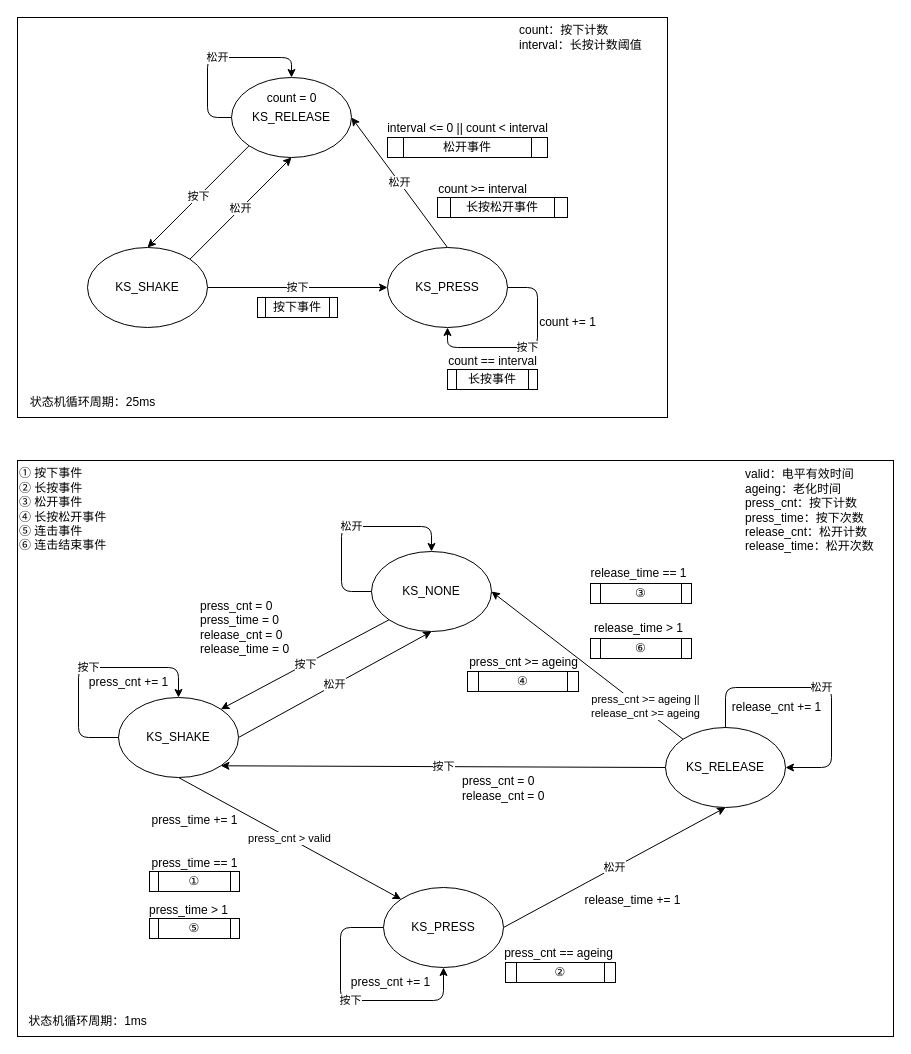
skb666/event_button keeps this draw.io diagram as assets/key.drawio. Above is the earlier version. Source tidied: cells renumbered, new cells numbered last; positions are measured from the earlier drawing's top-left corner, leaving out a move shared by most shapes. Both pictures are drawn from the tidied source at 100%, with x=0, y=0 at pixel (17, 17).
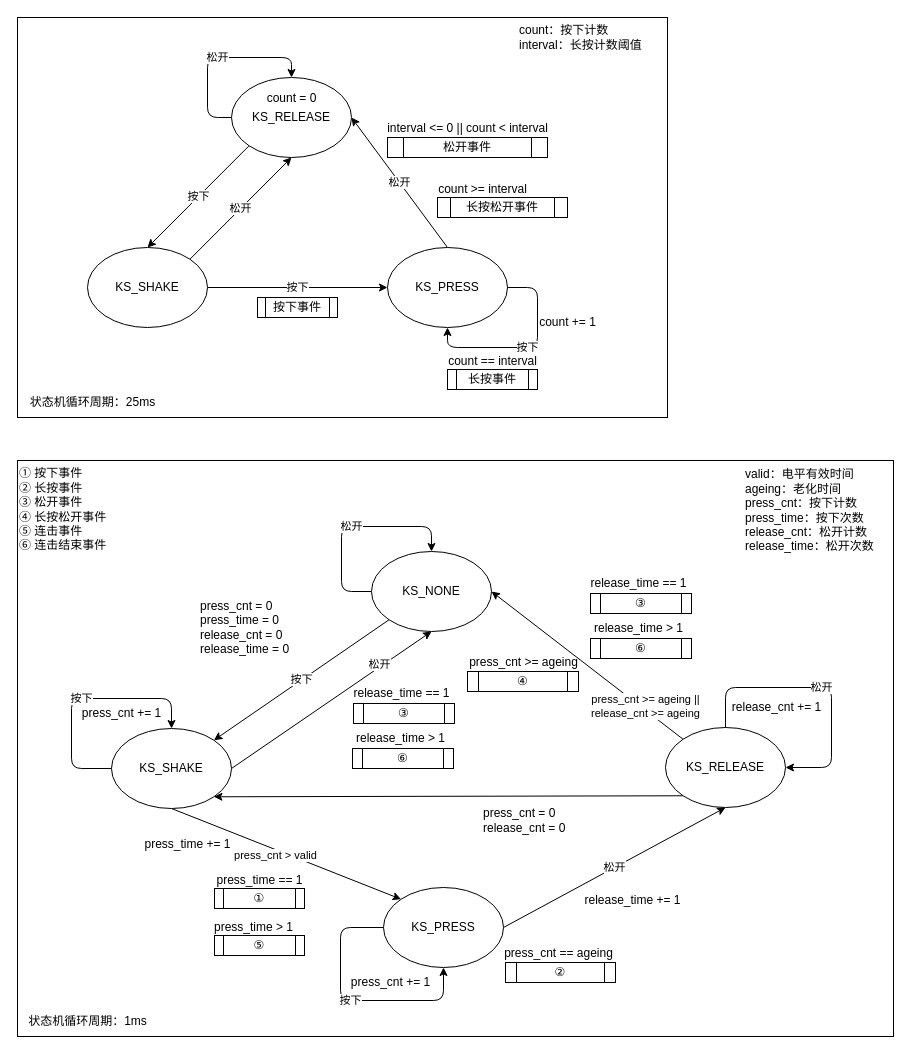
Above is the later version.

The change refers to these unchanged cells:
```xml
<mxCell id="25" value="KS_NONE" style="ellipse;whiteSpace=wrap;html=1;labelBackgroundColor=none;labelBorderColor=none;" parent="1" vertex="1">
  <mxGeometry x="354" y="534" width="120" height="80" as="geometry" />
</mxCell>
<mxCell id="28" value="KS_RELEASE" style="ellipse;whiteSpace=wrap;html=1;labelBackgroundColor=none;labelBorderColor=none;" parent="1" vertex="1">
  <mxGeometry x="648" y="710" width="120" height="80" as="geometry" />
</mxCell>
<mxCell id="33" value="KS_PRESS" style="ellipse;whiteSpace=wrap;html=1;labelBackgroundColor=none;labelBorderColor=none;" parent="1" vertex="1">
  <mxGeometry x="366" y="870" width="120" height="80" as="geometry" />
</mxCell>
```

Change to the diagram source:
```diff
@@
+    <mxCell id="27" value="press_cnt &amp;gt;= ageing ||&lt;br&gt;release_cnt &amp;gt;= ageing" style="edgeStyle=none;html=1;exitX=0;exitY=0;exitDx=0;exitDy=0;entryX=1;entryY=0.5;entryDx=0;entryDy=0;align=center;" parent="1" edge="1" source="28" target="25">
+      <mxGeometry x="-0.59" y="-4" relative="1" as="geometry">
+        <mxPoint y="1" as="offset" />
+      </mxGeometry>
+    </mxCell>
-    <mxCell id="26" value="按下" style="edgeStyle=none;html=1;exitX=0;exitY=0.5;exitDx=0;exitDy=0;entryX=1;entryY=1;entryDx=0;entryDy=0;" parent="1" edge="1" source="28" target="31">
+    <mxCell id="26" style="edgeStyle=none;html=1;exitX=0;exitY=1;exitDx=0;exitDy=0;entryX=1;entryY=1;entryDx=0;entryDy=0;" parent="1" edge="1" source="28" target="31">
       <mxGeometry relative="1" as="geometry" />
     </mxCell>
-    <mxCell id="27" value="press_cnt &amp;gt;= ageing ||&lt;br&gt;release_cnt &amp;gt;= ageing" style="edgeStyle=none;html=1;exitX=0;exitY=0;exitDx=0;exitDy=0;entryX=1;entryY=0.5;entryDx=0;entryDy=0;align=center;" parent="1" edge="1" source="28" target="25">
-      <mxGeometry x="-0.59" y="-4" relative="1" as="geometry">
-        <mxPoint y="1" as="offset" />
-      </mxGeometry>
-    </mxCell>
@@
     <mxCell id="29" value="松开" style="edgeStyle=none;html=1;exitX=1;exitY=0.5;exitDx=0;exitDy=0;entryX=0.5;entryY=1;entryDx=0;entryDy=0;" parent="1" edge="1" source="31" target="25">
-      <mxGeometry relative="1" as="geometry" />
+      <mxGeometry x="0.49" y="2" relative="1" as="geometry" />
     </mxCell>
     <mxCell id="30" value="press_cnt &amp;gt; valid" style="edgeStyle=none;html=1;exitX=0.5;exitY=1;exitDx=0;exitDy=0;entryX=0;entryY=0;entryDx=0;entryDy=0;" parent="1" edge="1" source="31" target="33">
-      <mxGeometry relative="1" as="geometry" />
+      <mxGeometry x="-0.08" y="-5" relative="1" as="geometry" />
     </mxCell>
     <mxCell id="31" value="KS_SHAKE" style="ellipse;whiteSpace=wrap;html=1;labelBackgroundColor=none;labelBorderColor=none;" parent="1" vertex="1">
-      <mxGeometry x="101" y="680" width="120" height="80" as="geometry" />
+      <mxGeometry x="94" y="711" width="120" height="80" as="geometry" />
     </mxCell>
@@
     <mxCell id="38" value="按下" style="edgeStyle=none;html=1;exitX=0;exitY=0.5;exitDx=0;exitDy=0;entryX=0.5;entryY=0;entryDx=0;entryDy=0;" parent="1" edge="1" source="31" target="31">
       <mxGeometry relative="1" as="geometry">
         <Array as="points">
-          <mxPoint x="61" y="720" />
-          <mxPoint x="61" y="650" />
-          <mxPoint x="161" y="650" />
+          <mxPoint x="54" y="751" />
+          <mxPoint x="54" y="681" />
+          <mxPoint x="154" y="681" />
         </Array>
       </mxGeometry>
     </mxCell>
     <mxCell id="39" value="press_cnt += 1" style="text;html=1;align=center;verticalAlign=middle;strokeColor=none;fillColor=none;" parent="1" vertex="1">
-      <mxGeometry x="61" y="650" width="100" height="30" as="geometry" />
+      <mxGeometry x="54" y="681" width="100" height="30" as="geometry" />
     </mxCell>
     <mxCell id="40" value="press_time += 1" style="text;html=1;align=center;verticalAlign=middle;strokeColor=none;fillColor=none;" parent="1" vertex="1">
-      <mxGeometry x="122" y="788" width="110" height="30" as="geometry" />
+      <mxGeometry x="115" y="812" width="110" height="30" as="geometry" />
     </mxCell>
     <mxCell id="41" value="①" style="shape=process;whiteSpace=wrap;html=1;backgroundOutline=1;labelBackgroundColor=none;labelBorderColor=none;" parent="1" vertex="1">
-      <mxGeometry x="132" y="854" width="90" height="20" as="geometry" />
+      <mxGeometry x="197" y="871" width="90" height="20" as="geometry" />
     </mxCell>
     <mxCell id="42" value="press_time == 1" style="text;html=1;align=center;verticalAlign=middle;strokeColor=none;fillColor=none;" parent="1" vertex="1">
-      <mxGeometry x="122" y="831" width="110" height="30" as="geometry" />
+      <mxGeometry x="187" y="848" width="110" height="30" as="geometry" />
     </mxCell>
     <mxCell id="43" value="⑤" style="shape=process;whiteSpace=wrap;html=1;backgroundOutline=1;labelBackgroundColor=none;labelBorderColor=none;" parent="1" vertex="1">
-      <mxGeometry x="132" y="901" width="90" height="20" as="geometry" />
+      <mxGeometry x="197" y="918" width="90" height="20" as="geometry" />
     </mxCell>
     <mxCell id="44" value="press_time &amp;gt; 1" style="text;html=1;align=center;verticalAlign=middle;strokeColor=none;fillColor=none;" parent="1" vertex="1">
-      <mxGeometry x="121" y="878" width="100" height="30" as="geometry" />
+      <mxGeometry x="186" y="895" width="100" height="30" as="geometry" />
     </mxCell>
@@
     <mxCell id="52" value="press_cnt = 0&lt;br&gt;release_cnt = 0" style="text;html=1;align=left;verticalAlign=middle;strokeColor=none;fillColor=none;" parent="1" vertex="1">
-      <mxGeometry x="443" y="750" width="100" height="41" as="geometry" />
+      <mxGeometry x="464" y="782.5" width="100" height="41" as="geometry" />
     </mxCell>
@@
     <mxCell id="55" value="③" style="shape=process;whiteSpace=wrap;html=1;backgroundOutline=1;labelBackgroundColor=none;labelBorderColor=none;" parent="1" vertex="1">
-      <mxGeometry x="573" y="566" width="101" height="20" as="geometry" />
+      <mxGeometry x="573" y="576" width="101" height="20" as="geometry" />
     </mxCell>
     <mxCell id="56" value="release_time == 1" style="text;html=1;align=center;verticalAlign=middle;strokeColor=none;fillColor=none;" parent="1" vertex="1">
-      <mxGeometry x="561" y="541" width="120" height="30" as="geometry" />
+      <mxGeometry x="561" y="551" width="120" height="30" as="geometry" />
     </mxCell>
@@
+    <mxCell id="60" value="③" style="shape=process;whiteSpace=wrap;html=1;backgroundOutline=1;labelBackgroundColor=none;labelBorderColor=none;" parent="1" vertex="1">
+      <mxGeometry x="336" y="686" width="101" height="20" as="geometry" />
+    </mxCell>
+    <mxCell id="61" value="release_time == 1" style="text;html=1;align=center;verticalAlign=middle;strokeColor=none;fillColor=none;" parent="1" vertex="1">
+      <mxGeometry x="324" y="661" width="120" height="30" as="geometry" />
+    </mxCell>
+    <mxCell id="62" value="⑥" style="shape=process;whiteSpace=wrap;html=1;backgroundOutline=1;labelBackgroundColor=none;labelBorderColor=none;" parent="1" vertex="1">
+      <mxGeometry x="335" y="731" width="101" height="20" as="geometry" />
+    </mxCell>
+    <mxCell id="63" value="release_time &amp;gt; 1" style="text;html=1;align=center;verticalAlign=middle;strokeColor=none;fillColor=none;" parent="1" vertex="1">
+      <mxGeometry x="328" y="706" width="110" height="30" as="geometry" />
+    </mxCell>
```
